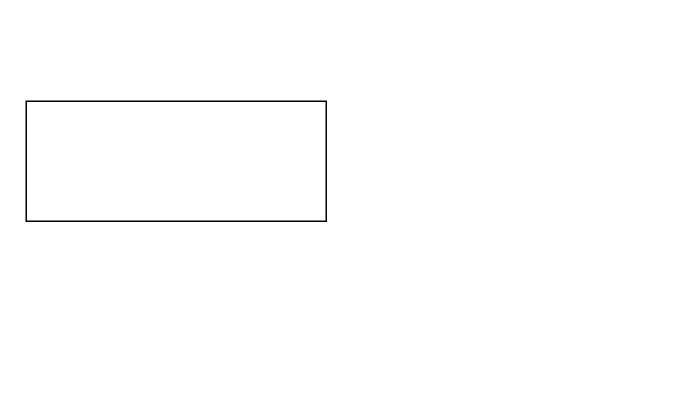
This is Untitled Diagram.drawio from onyangojerry/Musico, a draw.io file, before an edit. Source tidied: cells renumbered, new cells numbered last; positions are measured from the earlier drawing's top-left corner, leaving out a move shared by most shapes. Both pictures are drawn from the tidied source at 150%, with x=0, y=0 at pixel (26, 100).
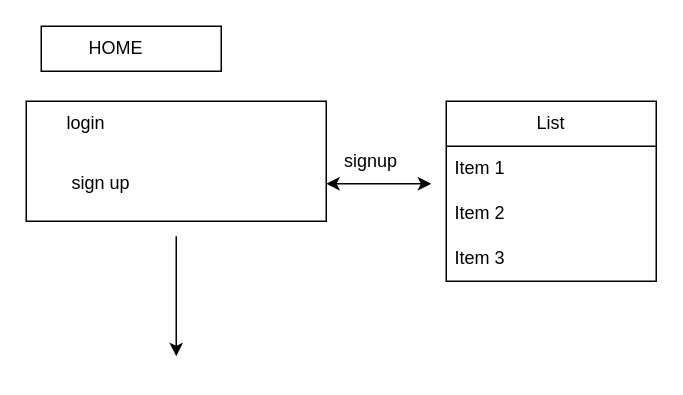
Above is the later version.

What changed in the source:
```diff
@@
 <mxGraphModel>
   <root>
     <mxCell id="0" />
     <mxCell id="1" parent="0" />
     <mxCell id="2" style="rounded=0;whiteSpace=wrap;html=1;" parent="1" vertex="1">
       <mxGeometry width="200" height="80" as="geometry" />
     </mxCell>
+    <mxCell id="3" style="rounded=0;whiteSpace=wrap;html=1;" parent="1" vertex="1">
+      <mxGeometry x="10" y="-50" width="120" height="30" as="geometry" />
+    </mxCell>
+    <mxCell id="4" value="HOME" style="text;strokeColor=none;align=center;fillColor=none;html=1;verticalAlign=middle;whiteSpace=wrap;rounded=0;" parent="1" vertex="1">
+      <mxGeometry x="30" y="-50" width="60" height="30" as="geometry" />
+    </mxCell>
+    <mxCell id="5" value="login" style="text;strokeColor=none;align=center;fillColor=none;html=1;verticalAlign=middle;whiteSpace=wrap;rounded=0;" parent="1" vertex="1">
+      <mxGeometry x="10" width="60" height="30" as="geometry" />
+    </mxCell>
+    <mxCell id="6" value="sign up" style="text;strokeColor=none;align=center;fillColor=none;html=1;verticalAlign=middle;whiteSpace=wrap;rounded=0;" parent="1" vertex="1">
+      <mxGeometry x="20" y="40" width="60" height="30" as="geometry" />
+    </mxCell>
+    <mxCell id="7" style="endArrow=classic;startArrow=classic;html=1;rounded=0;" parent="1" edge="1">
+      <mxGeometry relative="1" as="geometry">
+        <mxPoint x="200" y="55" as="sourcePoint" />
+        <mxPoint x="270" y="55" as="targetPoint" />
+      </mxGeometry>
+    </mxCell>
+    <mxCell id="8" style="endArrow=classic;html=1;rounded=0;" parent="1" edge="1">
+      <mxGeometry relative="1" as="geometry">
+        <mxPoint x="100" y="90" as="sourcePoint" />
+        <mxPoint x="100" y="170" as="targetPoint" />
+      </mxGeometry>
+    </mxCell>
+    <mxCell id="9" value="signup" style="text;strokeColor=none;align=center;fillColor=none;html=1;verticalAlign=middle;whiteSpace=wrap;rounded=0;" parent="1" vertex="1">
+      <mxGeometry x="200" y="25" width="60" height="30" as="geometry" />
+    </mxCell>
+    <mxCell id="10" value="List" style="swimlane;fontStyle=0;horizontal=1;startSize=30;whiteSpace=wrap;html=1;" parent="1" vertex="1">
+      <mxGeometry x="280" width="140" height="120" as="geometry" />
+    </mxCell>
+    <mxCell id="11" value="Item 1" style="text;strokeColor=none;fillColor=none;align=left;verticalAlign=middle;spacingLeft=4;spacingRight=4;overflow=hidden;whiteSpace=wrap;html=1;" parent="10" vertex="1">
+      <mxGeometry y="30" width="140" height="30" as="geometry" />
+    </mxCell>
+    <mxCell id="12" value="Item 2" style="text;strokeColor=none;fillColor=none;align=left;verticalAlign=middle;spacingLeft=4;spacingRight=4;overflow=hidden;whiteSpace=wrap;html=1;" parent="10" vertex="1">
+      <mxGeometry y="60" width="140" height="30" as="geometry" />
+    </mxCell>
+    <mxCell id="13" value="Item 3" style="text;strokeColor=none;fillColor=none;align=left;verticalAlign=middle;spacingLeft=4;spacingRight=4;overflow=hidden;whiteSpace=wrap;html=1;" parent="10" vertex="1">
+      <mxGeometry y="90" width="140" height="30" as="geometry" />
+    </mxCell>
   </root>
 </mxGraphModel>
```
